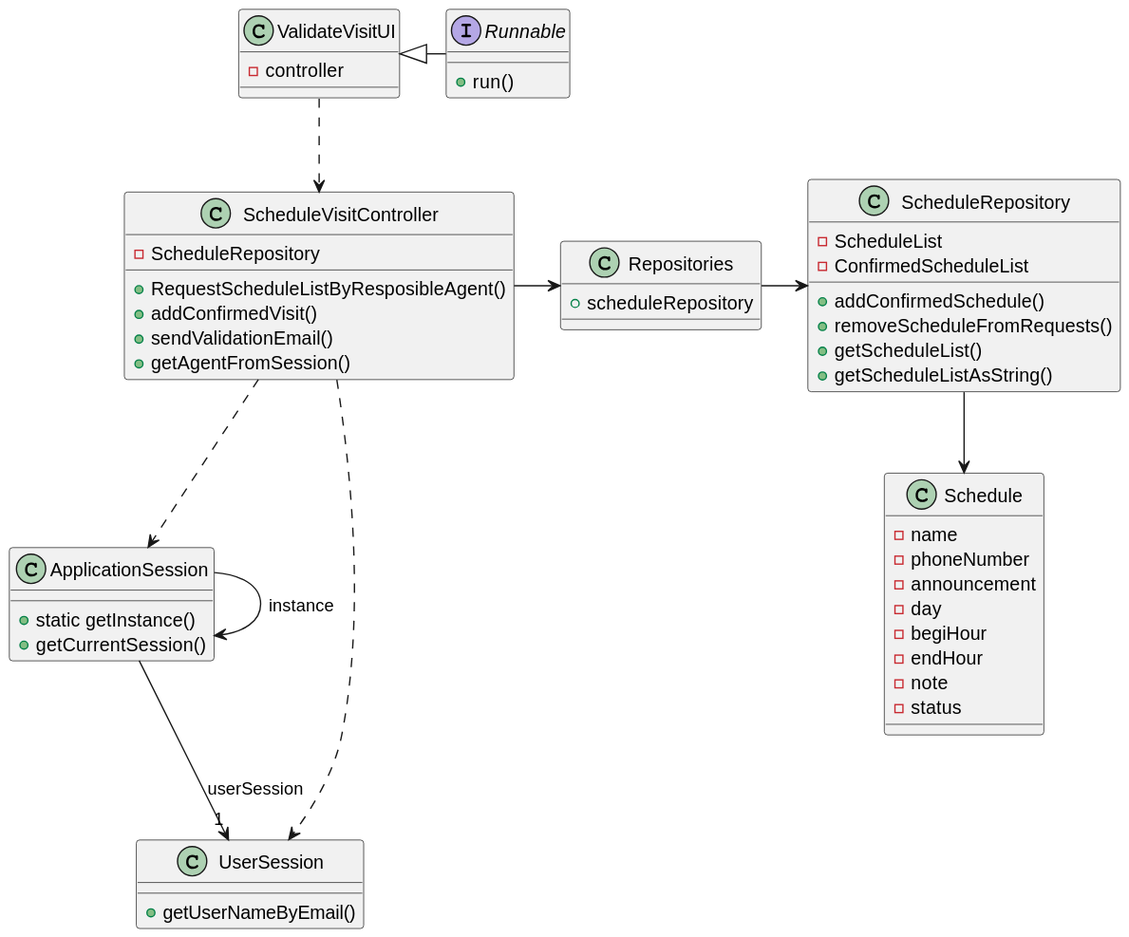
tiagohcorreia/LAPR2 keeps this PlantUML diagram as docs/sprintD/US016/03.design/svg/CD.svg. Above is the earlier version.
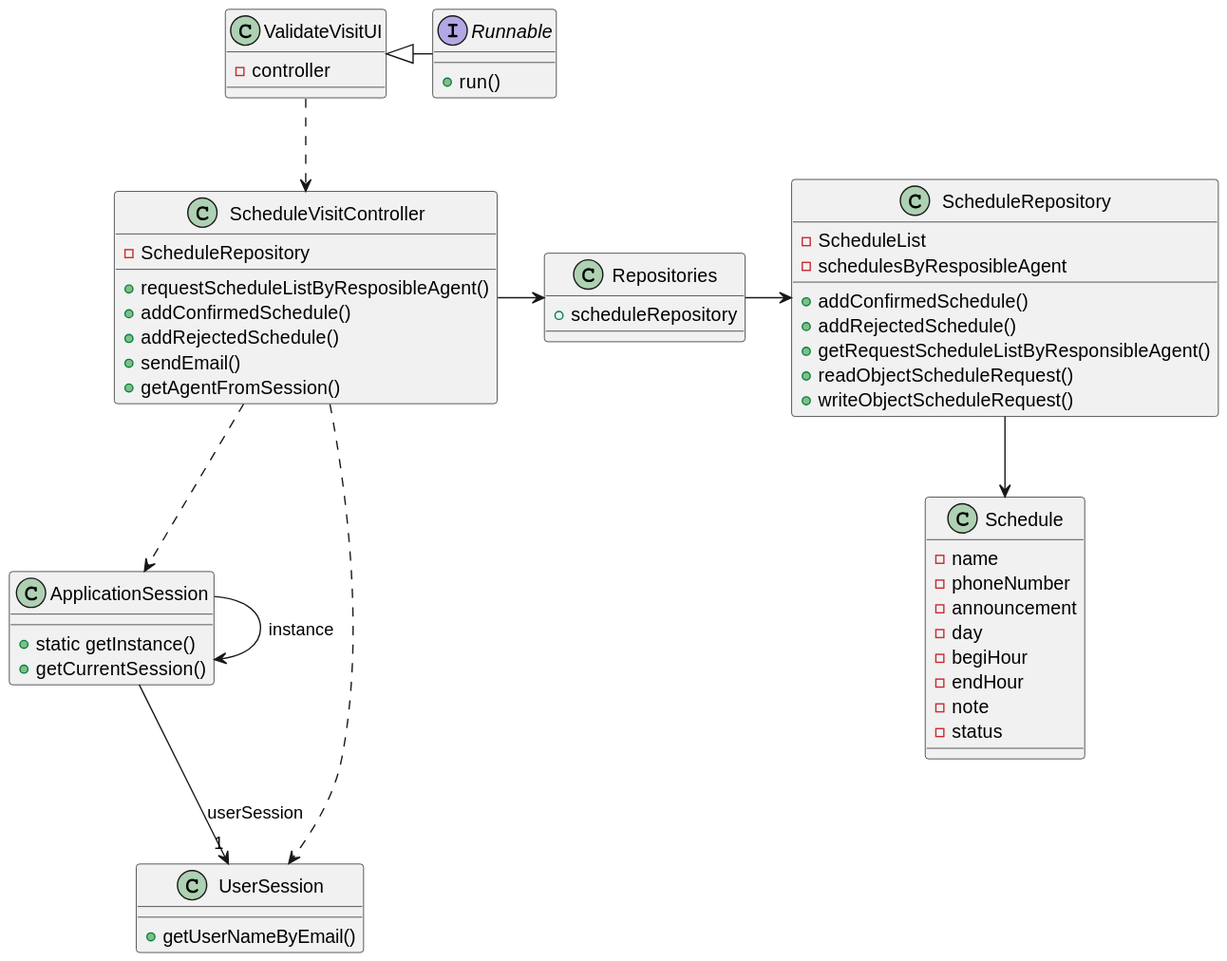
Later version of the same file.

Diff of the diagram source:
```diff
@@ -10,9 +10,10 @@
 class ScheduleVisitController {
     - ScheduleRepository
 
-    + RequestScheduleListByResposibleAgent()
-    + addConfirmedVisit()
-    + sendValidationEmail()
+    + requestScheduleListByResposibleAgent()
+    + addConfirmedSchedule()
+    + addRejectedSchedule()
+    + sendEmail()
     + getAgentFromSession()
 }
 
@@ -44,11 +45,13 @@
 class ScheduleRepository {
 
     - ScheduleList
-    - ConfirmedScheduleList
+    - schedulesByResposibleAgent
     + addConfirmedSchedule()
-    + removeScheduleFromRequests()
-    + getScheduleList()
-    + getScheduleListAsString()
+    + addRejectedSchedule()
+    + getRequestScheduleListByResponsibleAgent()
+    + readObjectScheduleRequest()
+    + writeObjectScheduleRequest()
+
 }
 
 
```
